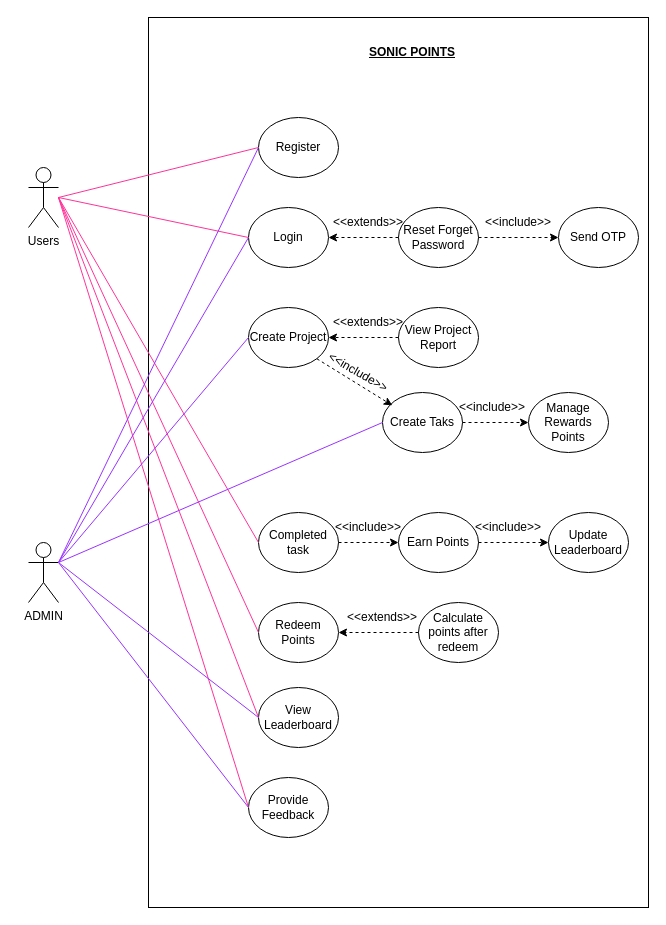
Earlier version of the draw.io diagram Diagrams/Usecase.drawio (SakchyamThapa/FYP). Source tidied: cells renumbered, new cells numbered last; positions are measured from the earlier drawing's top-left corner, leaving out a move shared by most shapes. Both pictures are drawn from the tidied source at 100%, with x=0, y=0 at pixel (28, 17).
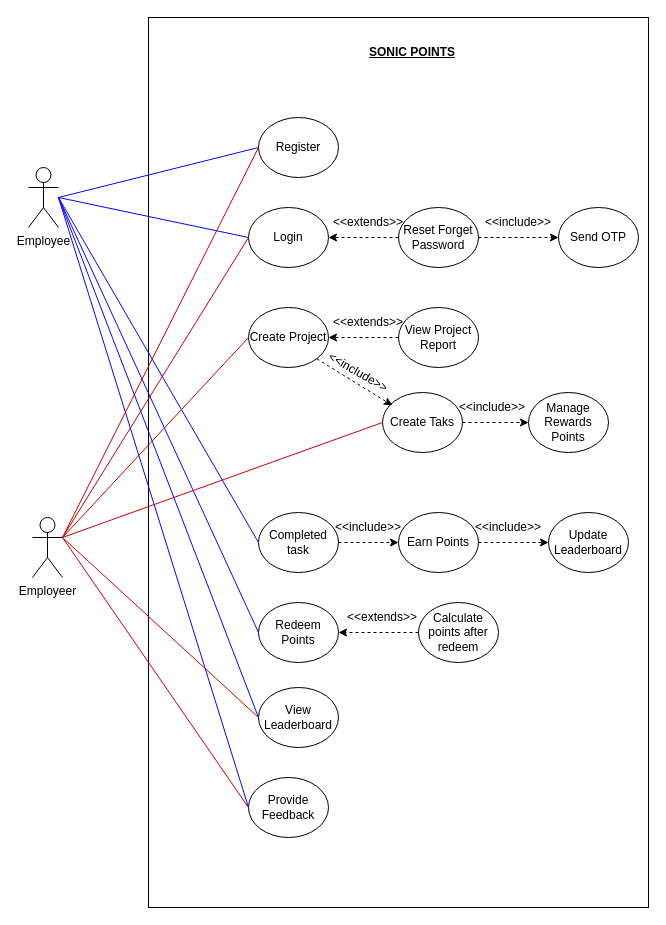
The same diagram, later.

Unchanged cells that the change refers to:
```xml
<mxCell id="6" value="Login" style="ellipse;whiteSpace=wrap;html=1;" parent="1" vertex="1">
  <mxGeometry x="220" y="190" width="80" height="60" as="geometry" />
</mxCell>
<mxCell id="7" value="Register" style="ellipse;whiteSpace=wrap;html=1;" parent="1" vertex="1">
  <mxGeometry x="230" y="100" width="80" height="60" as="geometry" />
</mxCell>
<mxCell id="10" value="Create Project" style="ellipse;whiteSpace=wrap;html=1;" parent="1" vertex="1">
  <mxGeometry x="220" y="290" width="80" height="60" as="geometry" />
</mxCell>
<mxCell id="11" value="Create Taks" style="ellipse;whiteSpace=wrap;html=1;" parent="1" vertex="1">
  <mxGeometry x="354" y="375" width="80" height="60" as="geometry" />
</mxCell>
<mxCell id="13" value="Completed task" style="ellipse;whiteSpace=wrap;html=1;" parent="1" vertex="1">
  <mxGeometry x="230" y="495" width="80" height="60" as="geometry" />
</mxCell>
<mxCell id="16" value="View Leaderboard" style="ellipse;whiteSpace=wrap;html=1;" parent="1" vertex="1">
  <mxGeometry x="230" y="670" width="80" height="60" as="geometry" />
</mxCell>
<mxCell id="18" value="Redeem Points" style="ellipse;whiteSpace=wrap;html=1;" parent="1" vertex="1">
  <mxGeometry x="230" y="585" width="80" height="60" as="geometry" />
</mxCell>
<mxCell id="19" value="Provide Feedback" style="ellipse;whiteSpace=wrap;html=1;" parent="1" vertex="1">
  <mxGeometry x="220" y="760" width="80" height="60" as="geometry" />
</mxCell>
```

Diff of the diagram source:
```diff
@@
-    <mxCell id="2" value="Users" style="shape=umlActor;verticalLabelPosition=bottom;verticalAlign=top;html=1;" parent="1" vertex="1">
+    <mxCell id="2" value="Employee" style="shape=umlActor;verticalLabelPosition=bottom;verticalAlign=top;html=1;" parent="1" vertex="1">
       <mxGeometry y="150" width="30" height="60" as="geometry" />
     </mxCell>
-    <mxCell id="3" value="ADMIN" style="shape=umlActor;verticalLabelPosition=bottom;verticalAlign=top;html=1;outlineConnect=0;" parent="1" vertex="1">
-      <mxGeometry y="525" width="30" height="60" as="geometry" />
+    <mxCell id="3" value="Employeer" style="shape=umlActor;verticalLabelPosition=bottom;verticalAlign=top;html=1;outlineConnect=0;" parent="1" vertex="1">
+      <mxGeometry x="4" y="500" width="30" height="60" as="geometry" />
     </mxCell>
@@
-    <mxCell id="21" style="endArrow=none;html=1;rounded=0;entryX=0;entryY=0.5;entryDx=0;entryDy=0;strokeColor=#FF3399;" parent="1" edge="1" target="7">
+    <mxCell id="21" style="endArrow=none;html=1;rounded=0;entryX=0;entryY=0.5;entryDx=0;entryDy=0;strokeColor=light-dark(#0008ff, #ff9090);" parent="1" edge="1" target="7">
       <mxGeometry relative="1" as="geometry">
         <mxPoint x="30" y="180" as="sourcePoint" />
       </mxGeometry>
     </mxCell>
-    <mxCell id="22" style="endArrow=none;html=1;rounded=0;entryX=0;entryY=0.5;entryDx=0;entryDy=0;fillColor=#0000CC;strokeColor=#FF3399;" parent="1" edge="1" target="6">
+    <mxCell id="22" style="endArrow=none;html=1;rounded=0;entryX=0;entryY=0.5;entryDx=0;entryDy=0;fillColor=#0000CC;strokeColor=light-dark(#0008ff, #ff9090);" parent="1" edge="1" target="6">
       <mxGeometry relative="1" as="geometry">
         <mxPoint x="30" y="180" as="sourcePoint" />
       </mxGeometry>
     </mxCell>
-    <mxCell id="23" style="endArrow=none;html=1;rounded=0;entryX=0;entryY=0.5;entryDx=0;entryDy=0;strokeColor=#FF3399;" parent="1" edge="1" target="13">
+    <mxCell id="23" style="endArrow=none;html=1;rounded=0;entryX=0;entryY=0.5;entryDx=0;entryDy=0;strokeColor=light-dark(#0008ff, #ff9090);" parent="1" edge="1" target="13">
       <mxGeometry relative="1" as="geometry">
         <mxPoint x="30" y="180" as="sourcePoint" />
       </mxGeometry>
     </mxCell>
-    <mxCell id="24" style="endArrow=none;html=1;rounded=0;entryX=0;entryY=0.5;entryDx=0;entryDy=0;strokeColor=#FF3399;" parent="1" edge="1" target="18">
+    <mxCell id="24" style="endArrow=none;html=1;rounded=0;entryX=0;entryY=0.5;entryDx=0;entryDy=0;strokeColor=light-dark(#0008ff, #ff9090);" parent="1" edge="1" target="18">
       <mxGeometry relative="1" as="geometry">
         <mxPoint x="30" y="180" as="sourcePoint" />
       </mxGeometry>
     </mxCell>
-    <mxCell id="25" style="endArrow=none;html=1;rounded=0;entryX=0;entryY=0.5;entryDx=0;entryDy=0;strokeColor=#FF3399;" parent="1" edge="1" target="16">
+    <mxCell id="25" style="endArrow=none;html=1;rounded=0;entryX=0;entryY=0.5;entryDx=0;entryDy=0;strokeColor=light-dark(#0008ff, #ff9090);" parent="1" edge="1" target="16">
       <mxGeometry relative="1" as="geometry">
         <mxPoint x="30" y="180" as="sourcePoint" />
       </mxGeometry>
     </mxCell>
-    <mxCell id="26" style="endArrow=none;html=1;rounded=0;entryX=0;entryY=0.5;entryDx=0;entryDy=0;strokeColor=#FF3399;" parent="1" edge="1" target="19">
+    <mxCell id="26" style="endArrow=none;html=1;rounded=0;entryX=0;entryY=0.5;entryDx=0;entryDy=0;strokeColor=light-dark(#0008ff, #ff9090);" parent="1" edge="1" target="19">
       <mxGeometry relative="1" as="geometry">
         <mxPoint x="30" y="180" as="sourcePoint" />
       </mxGeometry>
     </mxCell>
-    <mxCell id="27" style="endArrow=none;html=1;rounded=0;entryX=0;entryY=0.5;entryDx=0;entryDy=0;strokeColor=#9933FF;exitX=1;exitY=0.3333333333333333;exitDx=0;exitDy=0;exitPerimeter=0;" parent="1" edge="1" source="3" target="7">
+    <mxCell id="27" style="endArrow=none;html=1;rounded=0;entryX=0;entryY=0.5;entryDx=0;entryDy=0;strokeColor=#CC0000;exitX=1;exitY=0.3333333333333333;exitDx=0;exitDy=0;exitPerimeter=0;" parent="1" edge="1" source="3" target="7">
       <mxGeometry relative="1" as="geometry" />
     </mxCell>
-    <mxCell id="28" style="endArrow=none;html=1;rounded=0;entryX=0;entryY=0.5;entryDx=0;entryDy=0;strokeColor=#9933FF;exitX=1;exitY=0.3333333333333333;exitDx=0;exitDy=0;exitPerimeter=0;" parent="1" edge="1" source="3" target="6">
+    <mxCell id="28" style="endArrow=none;html=1;rounded=0;entryX=0;entryY=0.5;entryDx=0;entryDy=0;strokeColor=#CC0000;exitX=1;exitY=0.3333333333333333;exitDx=0;exitDy=0;exitPerimeter=0;" parent="1" edge="1" source="3" target="6">
       <mxGeometry relative="1" as="geometry" />
     </mxCell>
-    <mxCell id="29" style="endArrow=none;html=1;rounded=0;entryX=0;entryY=0.5;entryDx=0;entryDy=0;strokeColor=#9933FF;exitX=1;exitY=0.3333333333333333;exitDx=0;exitDy=0;exitPerimeter=0;" parent="1" edge="1" source="3" target="10">
+    <mxCell id="29" style="endArrow=none;html=1;rounded=0;entryX=0;entryY=0.5;entryDx=0;entryDy=0;strokeColor=#CC0000;exitX=1;exitY=0.3333333333333333;exitDx=0;exitDy=0;exitPerimeter=0;" parent="1" edge="1" source="3" target="10">
       <mxGeometry relative="1" as="geometry" />
     </mxCell>
-    <mxCell id="30" style="endArrow=none;html=1;rounded=0;entryX=0;entryY=0.5;entryDx=0;entryDy=0;strokeColor=#9933FF;exitX=1;exitY=0.3333333333333333;exitDx=0;exitDy=0;exitPerimeter=0;" parent="1" edge="1" source="3" target="16">
+    <mxCell id="30" style="endArrow=none;html=1;rounded=0;entryX=0;entryY=0.5;entryDx=0;entryDy=0;strokeColor=#CC0000;exitX=1;exitY=0.3333333333333333;exitDx=0;exitDy=0;exitPerimeter=0;" parent="1" edge="1" source="3" target="16">
       <mxGeometry relative="1" as="geometry" />
     </mxCell>
-    <mxCell id="31" style="endArrow=none;html=1;rounded=0;entryX=0;entryY=0.5;entryDx=0;entryDy=0;strokeColor=#9933FF;exitX=1;exitY=0.3333333333333333;exitDx=0;exitDy=0;exitPerimeter=0;" parent="1" edge="1" source="3" target="19">
+    <mxCell id="31" style="endArrow=none;html=1;rounded=0;entryX=0;entryY=0.5;entryDx=0;entryDy=0;strokeColor=#CC0000;exitX=1;exitY=0.3333333333333333;exitDx=0;exitDy=0;exitPerimeter=0;" parent="1" edge="1" source="3" target="19">
       <mxGeometry relative="1" as="geometry" />
     </mxCell>
-    <mxCell id="32" style="endArrow=none;html=1;rounded=0;entryX=0;entryY=0.5;entryDx=0;entryDy=0;strokeColor=#9933FF;exitX=1;exitY=0.3333333333333333;exitDx=0;exitDy=0;exitPerimeter=0;" parent="1" edge="1" source="3" target="11">
+    <mxCell id="32" style="endArrow=none;html=1;rounded=0;entryX=0;entryY=0.5;entryDx=0;entryDy=0;strokeColor=#CC0000;exitX=1;exitY=0.3333333333333333;exitDx=0;exitDy=0;exitPerimeter=0;" parent="1" edge="1" source="3" target="11">
       <mxGeometry relative="1" as="geometry" />
     </mxCell>
```
